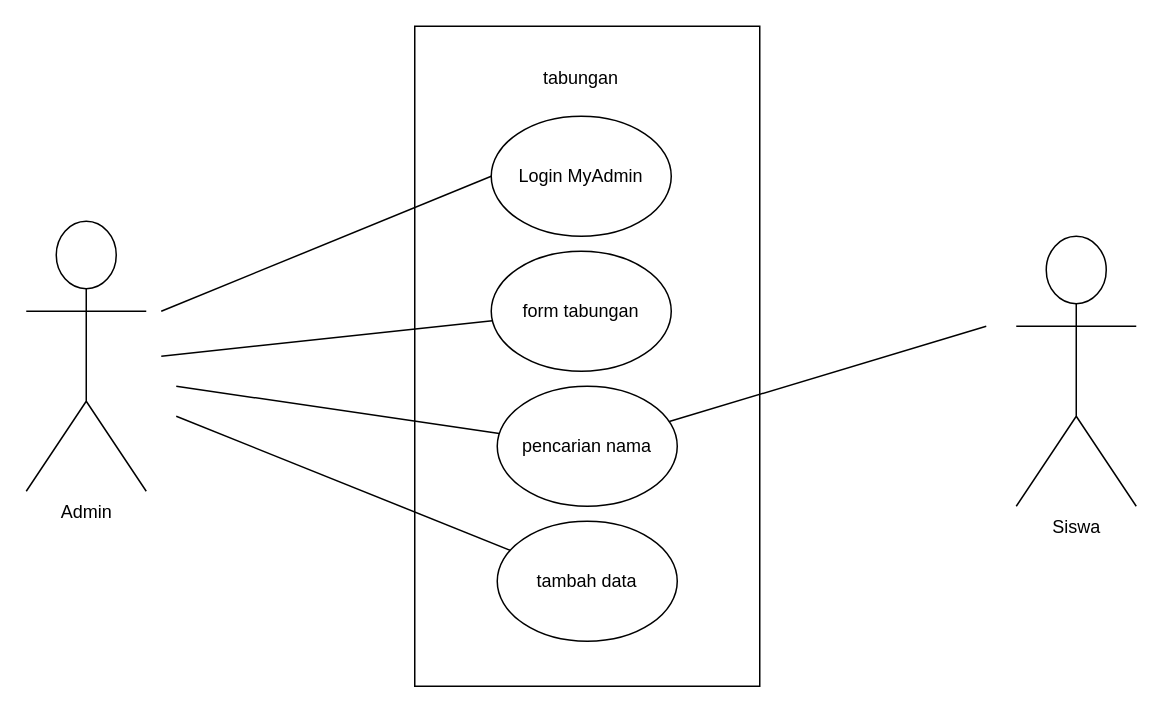
This is use-case.drawio from Restioktapiani06/TABUNGAN, a draw.io file, before an edit. Source tidied: cells renumbered, new cells numbered last; positions are measured from the earlier drawing's top-left corner, leaving out a move shared by most shapes. Both pictures are drawn from the tidied source at 150%, with x=0, y=0 at pixel (26, 26).
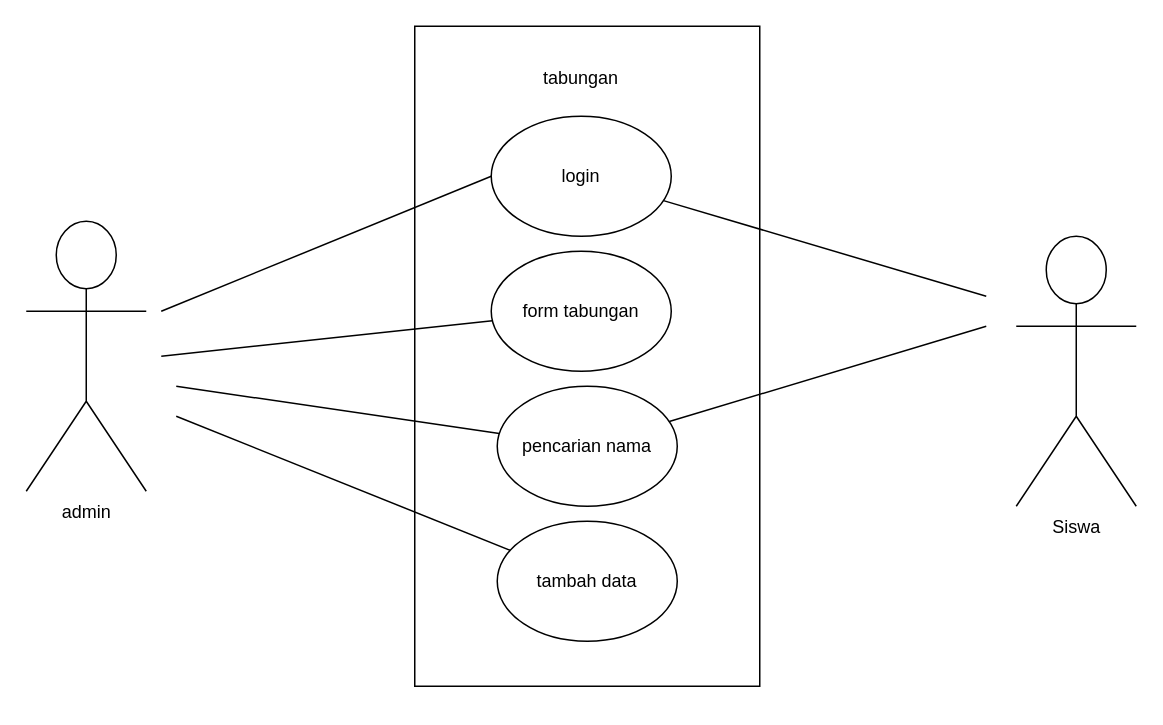
After the change.

What changed in the source:
```diff
@@
-    <mxCell id="5" value="Login MyAdmin" style="ellipse;whiteSpace=wrap;html=1;" parent="1" vertex="1">
+    <mxCell id="5" value="login" style="ellipse;whiteSpace=wrap;html=1;" parent="1" vertex="1">
       <mxGeometry x="310" y="60" width="120" height="80" as="geometry" />
     </mxCell>
@@
-    <mxCell id="10" value="Admin" style="shape=umlActor;verticalLabelPosition=bottom;verticalAlign=top;html=1;" parent="1" vertex="1">
+    <mxCell id="10" value="admin&lt;div&gt;&lt;br&gt;&lt;/div&gt;" style="shape=umlActor;verticalLabelPosition=bottom;verticalAlign=top;html=1;" parent="1" vertex="1">
       <mxGeometry y="130" width="80" height="180" as="geometry" />
     </mxCell>
@@
+    <mxCell id="16" style="endArrow=none;html=1;rounded=0;" parent="1" edge="1" source="5">
+      <mxGeometry relative="1" as="geometry">
+        <mxPoint x="640" y="180" as="targetPoint" />
+      </mxGeometry>
+    </mxCell>
```
